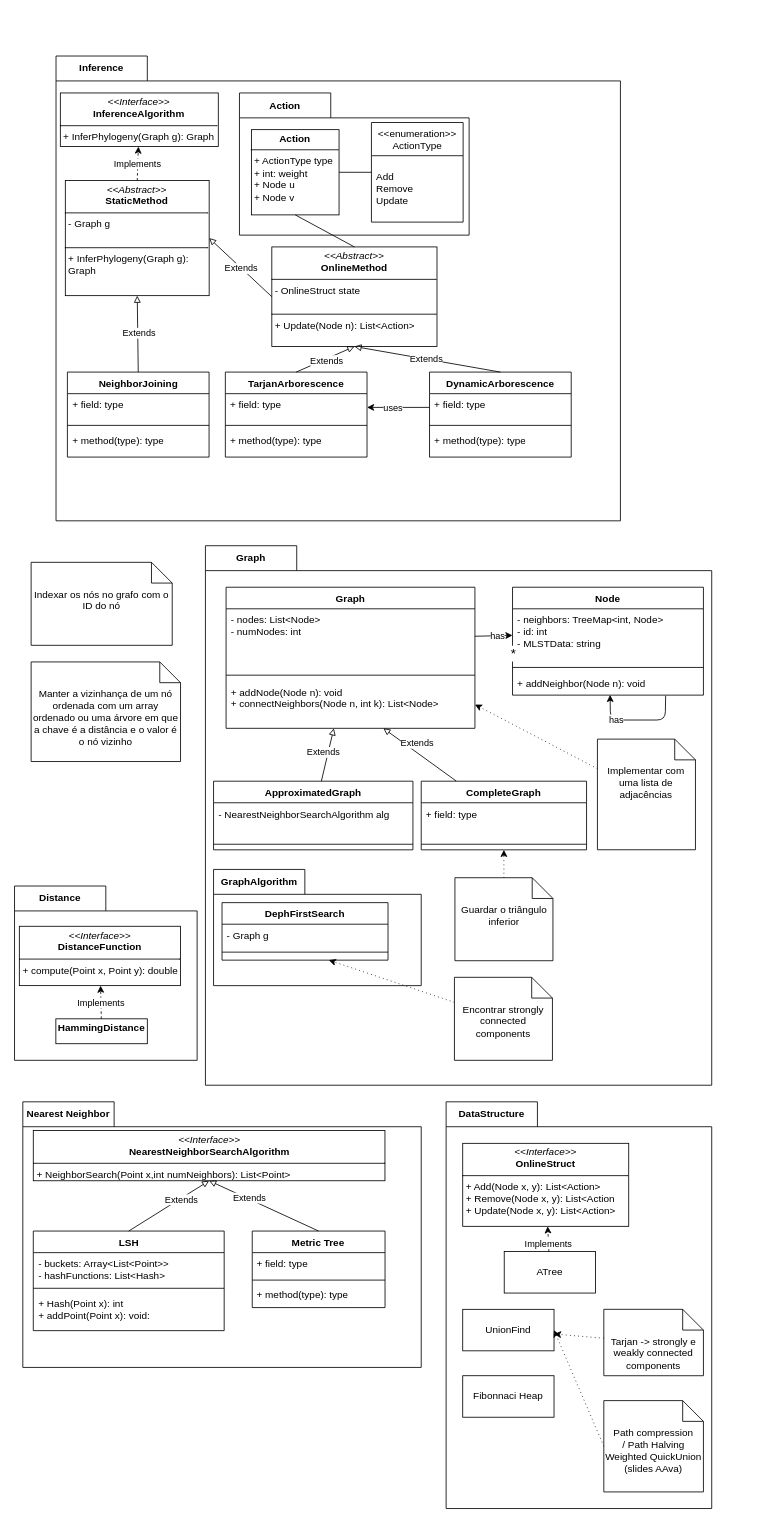
The draw.io diagram Packages.drawio in Goncalo-Palma-Nunes/minimum-weight-arborescence, before the edit. Source tidied: cells renumbered, new cells numbered last; positions are measured from the earlier drawing's top-left corner, leaving out a move shared by most shapes. Both pictures are drawn from the tidied source at 83%, with x=0, y=0 at pixel (14, 56).
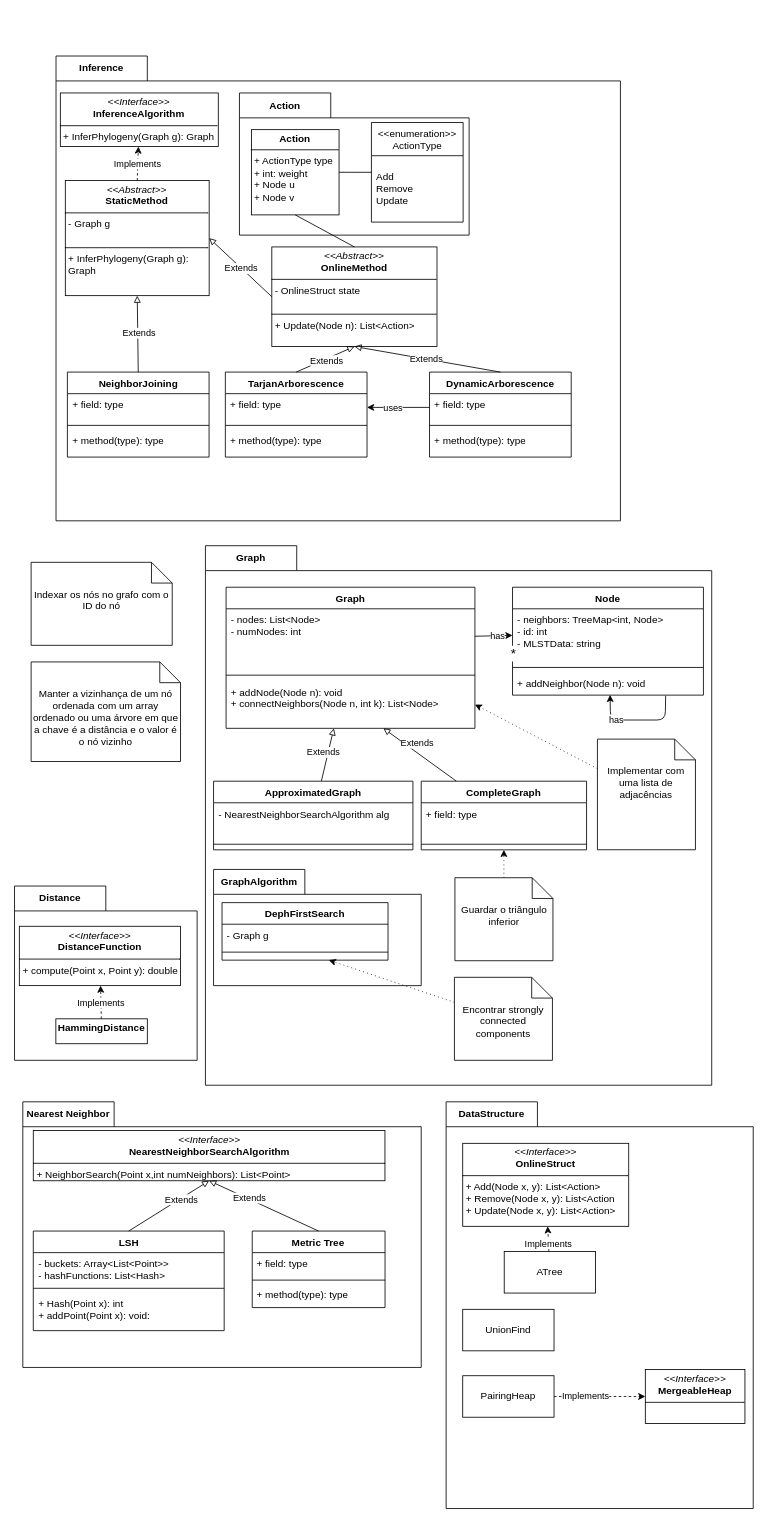
After the change.

Commit message (it also covers changes not shown here):
feat: create NearestNeighbourSearchAlgorithm interface

Unchanged cells that the change refers to:
```xml
<mxCell id="100" value="UnionFind" style="html=1;whiteSpace=wrap;" parent="95" vertex="1">
  <mxGeometry x="20" y="250" width="110" height="50" as="geometry" />
</mxCell>
```

What changed in the source:
```diff
@@
     <mxCell id="95" value="DataStructure" style="shape=folder;fontStyle=1;tabWidth=110;tabHeight=30;tabPosition=left;html=1;boundedLbl=1;labelInHeader=1;whiteSpace=wrap;" parent="1" vertex="1">
-      <mxGeometry x="520" y="1260" width="320" height="490" as="geometry" />
+      <mxGeometry x="520" y="1260" width="370" height="490" as="geometry" />
     </mxCell>
@@
-    <mxCell id="101" value="Fibonnaci Heap" style="html=1;whiteSpace=wrap;" parent="95" vertex="1">
+    <mxCell id="101" value="PairingHeap" style="html=1;whiteSpace=wrap;" parent="95" vertex="1">
       <mxGeometry x="20" y="330" width="110" height="50" as="geometry" />
     </mxCell>
-    <mxCell id="102" style="edgeStyle=none;html=1;dashed=1;dashPattern=1 4;" parent="95" edge="1" source="103" target="100">
-      <mxGeometry relative="1" as="geometry" />
-    </mxCell>
-    <mxCell id="103" value="Tarjan -&amp;gt; strongly e weakly connected components" style="shape=note2;boundedLbl=1;whiteSpace=wrap;html=1;size=25;verticalAlign=top;align=center;" parent="95" vertex="1">
-      <mxGeometry x="190" y="250" width="120" height="80" as="geometry" />
-    </mxCell>
-    <mxCell id="104" value="Path compression&lt;br&gt;/ Path Halving&lt;div&gt;Weighted QuickUnion (slides AAva)&lt;/div&gt;" style="shape=note2;boundedLbl=1;whiteSpace=wrap;html=1;size=25;verticalAlign=top;align=center;" parent="95" vertex="1">
-      <mxGeometry x="190" y="360" width="120" height="110" as="geometry" />
-    </mxCell>
-    <mxCell id="105" style="edgeStyle=none;html=1;dashed=1;dashPattern=1 4;exitX=0;exitY=0.5;exitDx=0;exitDy=0;exitPerimeter=0;entryX=1;entryY=0.5;entryDx=0;entryDy=0;" parent="95" edge="1" source="104" target="100">
-      <mxGeometry relative="1" as="geometry" />
+    <mxCell id="105" value="&lt;p style=&quot;margin:0px;margin-top:4px;text-align:center;&quot;&gt;&lt;i&gt;&amp;lt;&amp;lt;Interface&amp;gt;&amp;gt;&lt;/i&gt;&lt;br&gt;&lt;b&gt;MergeableHeap&lt;/b&gt;&lt;/p&gt;&lt;hr size=&quot;1&quot; style=&quot;border-style:solid;&quot;&gt;&lt;p style=&quot;margin:0px;margin-left:4px;&quot;&gt;&lt;br&gt;&lt;/p&gt;" style="verticalAlign=top;align=left;overflow=fill;html=1;whiteSpace=wrap;" parent="95" vertex="1">
+      <mxGeometry x="240" y="322.5" width="120" height="65" as="geometry" />
     </mxCell>
+    <mxCell id="106" style="edgeStyle=none;html=1;dashed=1;exitX=1;exitY=0.5;exitDx=0;exitDy=0;entryX=0;entryY=0.5;entryDx=0;entryDy=0;" parent="95" edge="1" source="101" target="105">
+      <mxGeometry relative="1" as="geometry" />
+    </mxCell>
+    <mxCell id="107" value="Implements" style="edgeLabel;html=1;align=center;verticalAlign=middle;" parent="106" vertex="1">
+      <mxGeometry x="-0.32" y="1" relative="1" as="geometry" />
+    </mxCell>
```
